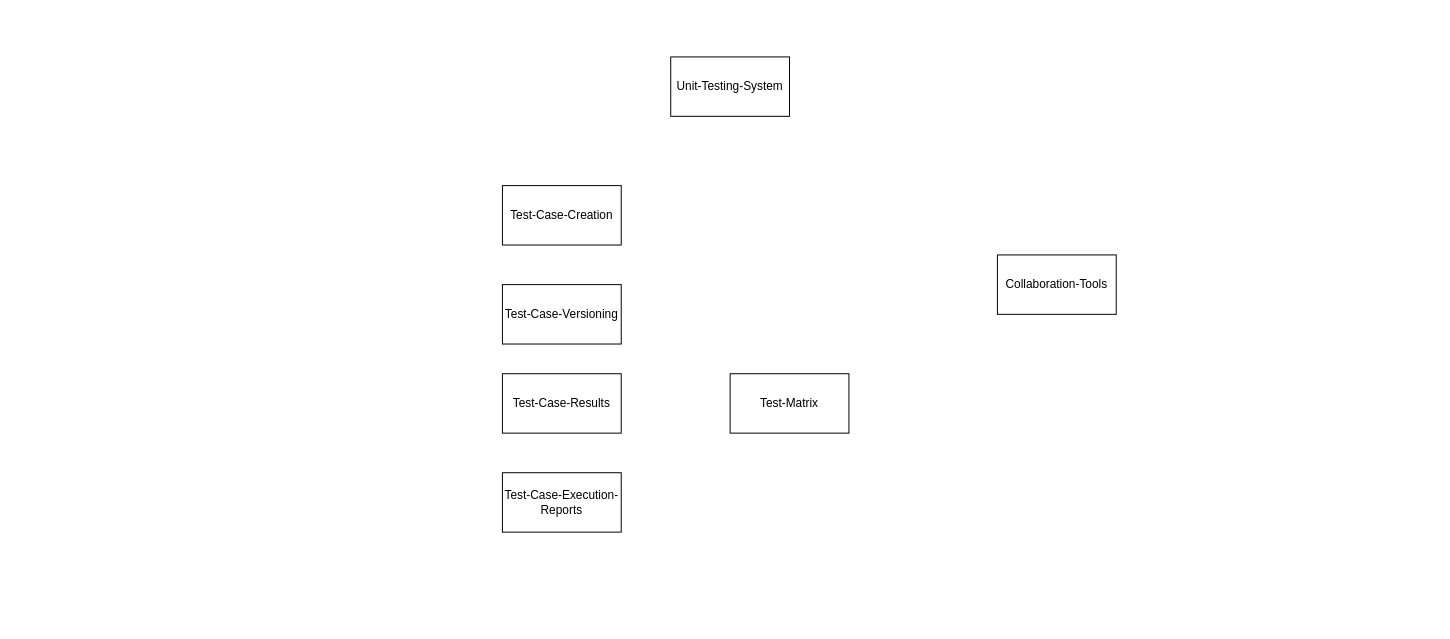
Earlier version of the draw.io diagram documentation/designs/structure/top-down.drawio (katawart/unit-testing-system). Source tidied: cells renumbered, new cells numbered last; positions are measured from the earlier drawing's top-left corner, leaving out a move shared by most shapes. Both pictures are drawn from the tidied source at 99%, with x=0, y=0 at pixel (502, 56).
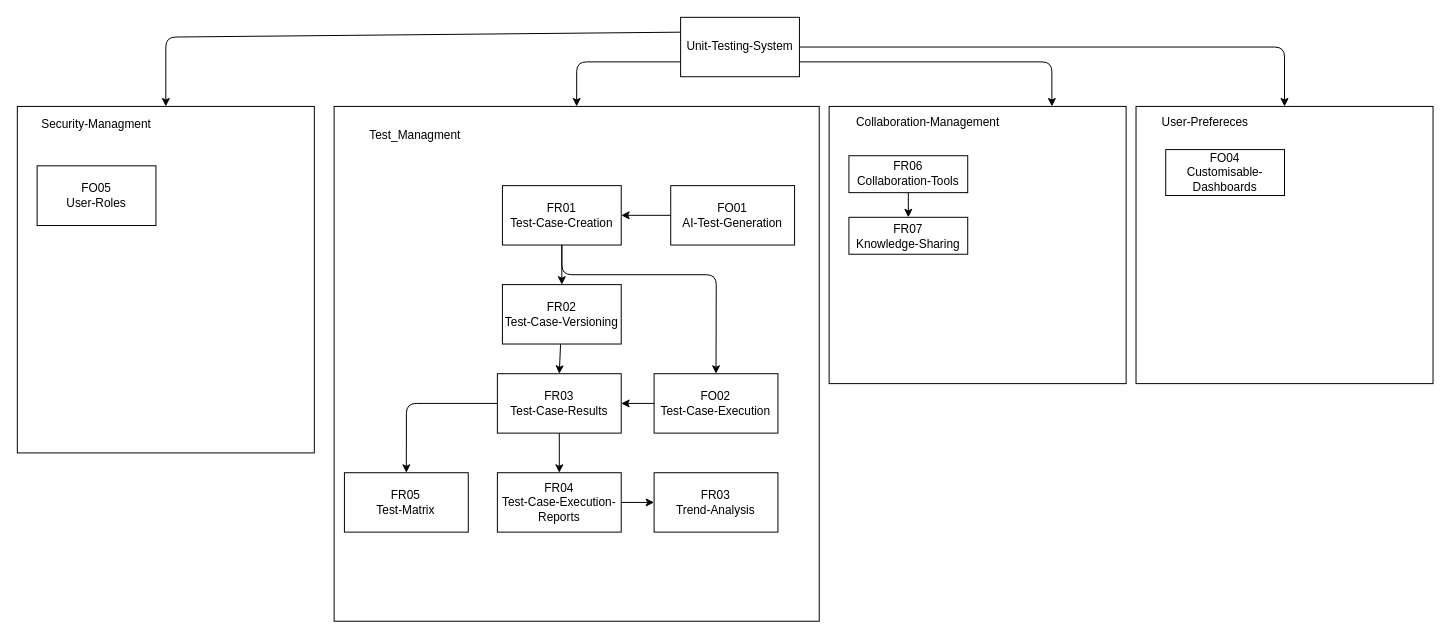
Above is the later version.

Commit message:
modified:   documentation/designs/structure/top-down.drawio

Change to the diagram source:
```diff
@@
+    <mxCell id="9" style="group;" parent="1" vertex="1">
+      <mxGeometry x="-490" y="50" width="300" height="350" as="geometry" />
+    </mxCell>
+    <mxCell id="10" style="rounded=0;whiteSpace=wrap;html=1;" parent="9" vertex="1">
+      <mxGeometry width="300" height="350" as="geometry" />
+    </mxCell>
+    <mxCell id="11" value="Security-Managment" style="text;html=1;strokeColor=none;fillColor=none;align=center;verticalAlign=middle;whiteSpace=wrap;rounded=0;" parent="9" vertex="1">
+      <mxGeometry x="20" y="10" width="120" height="15.3" as="geometry" />
+    </mxCell>
+    <mxCell id="12" value="FO05&lt;br&gt;User-Roles" style="rounded=0;whiteSpace=wrap;html=1;" parent="9" vertex="1">
+      <mxGeometry x="20" y="60" width="120" height="60.3" as="geometry" />
+    </mxCell>
+    <mxCell id="13" style="group;" parent="1" vertex="1">
+      <mxGeometry x="330" y="50" width="300" height="280" as="geometry" />
+    </mxCell>
+    <mxCell id="14" style="rounded=0;whiteSpace=wrap;html=1;" parent="13" vertex="1">
+      <mxGeometry width="300" height="280" as="geometry" />
+    </mxCell>
+    <mxCell id="15" value="Collaboration-Management" style="text;html=1;strokeColor=none;fillColor=none;align=center;verticalAlign=middle;whiteSpace=wrap;rounded=0;" parent="13" vertex="1">
+      <mxGeometry x="20" y="6.2" width="160" height="18.7" as="geometry" />
+    </mxCell>
+    <mxCell id="16" style="edgeStyle=none;html=1;exitX=0.5;exitY=1;exitDx=0;exitDy=0;entryX=0.5;entryY=0;entryDx=0;entryDy=0;" parent="13" edge="1" source="17" target="18">
+      <mxGeometry relative="1" as="geometry" />
+    </mxCell>
+    <mxCell id="17" value="FR06&lt;br&gt;Collaboration-Tools" style="rounded=0;whiteSpace=wrap;html=1;" parent="13" vertex="1">
+      <mxGeometry x="20" y="49.8" width="120" height="37.3" as="geometry" />
+    </mxCell>
+    <mxCell id="18" value="FR07&lt;br&gt;Knowledge-Sharing" style="rounded=0;whiteSpace=wrap;html=1;" parent="13" vertex="1">
+      <mxGeometry x="20" y="112" width="120" height="37.3" as="geometry" />
+    </mxCell>
+    <mxCell id="19" style="group;" parent="1" vertex="1">
+      <mxGeometry x="-170" y="50" width="490" height="520" as="geometry" />
+    </mxCell>
+    <mxCell id="20" style="rounded=0;whiteSpace=wrap;html=1;" parent="19" vertex="1">
+      <mxGeometry width="490" height="520" as="geometry" />
+    </mxCell>
+    <mxCell id="21" value="Test_Managment" style="text;html=1;strokeColor=none;fillColor=none;align=center;verticalAlign=middle;whiteSpace=wrap;rounded=0;" parent="19" vertex="1">
+      <mxGeometry x="32.7" y="11.6" width="98" height="34.7" as="geometry" />
+    </mxCell>
+    <mxCell id="22" value="FO01&lt;br&gt;AI-Test-Generation" style="rounded=0;whiteSpace=wrap;html=1;" parent="19" vertex="1">
+      <mxGeometry x="340" y="80" width="125.1" height="60" as="geometry" />
+    </mxCell>
+    <mxCell id="23" style="edgeStyle=none;html=1;" parent="19" edge="1" source="24" target="4">
+      <mxGeometry relative="1" as="geometry" />
+    </mxCell>
+    <mxCell id="24" value="FO02&lt;br&gt;Test-Case-Execution" style="rounded=0;whiteSpace=wrap;html=1;" parent="19" vertex="1">
+      <mxGeometry x="323.2" y="270" width="125.1" height="60" as="geometry" />
+    </mxCell>
+    <mxCell id="5" value="FR04&lt;br&gt;Test-Case-Execution-Reports" style="rounded=0;whiteSpace=wrap;html=1;" parent="19" vertex="1">
+      <mxGeometry x="164.9" y="370" width="125.1" height="60" as="geometry" />
+    </mxCell>
+    <mxCell id="25" value="FR03&lt;br&gt;Trend-Analysis" style="rounded=0;whiteSpace=wrap;html=1;" parent="19" vertex="1">
+      <mxGeometry x="323.2" y="370" width="125.1" height="60" as="geometry" />
+    </mxCell>
+    <mxCell id="26" style="endArrow=classic;html=1;exitX=1;exitY=0.5;exitDx=0;exitDy=0;entryX=0;entryY=0.5;entryDx=0;entryDy=0;" parent="19" edge="1" source="5" target="25">
+      <mxGeometry relative="1" as="geometry" />
+    </mxCell>
+    <mxCell id="6" value="FR05&lt;br&gt;Test-Matrix" style="rounded=0;whiteSpace=wrap;html=1;" parent="19" vertex="1">
+      <mxGeometry x="10.4" y="370" width="125.1" height="60" as="geometry" />
+    </mxCell>
+    <mxCell id="27" style="edgeStyle=none;html=1;entryX=0.5;entryY=0;entryDx=0;entryDy=0;" parent="19" edge="1" source="4" target="6">
+      <mxGeometry relative="1" as="geometry">
+        <Array as="points">
+          <mxPoint x="73" y="300" />
+        </Array>
+      </mxGeometry>
+    </mxCell>
+    <mxCell id="28" style="edgeStyle=none;html=1;" parent="19" edge="1" source="4" target="5">
+      <mxGeometry relative="1" as="geometry" />
+    </mxCell>
+    <mxCell id="4" value="FR03&lt;br&gt;Test-Case-Results" style="rounded=0;whiteSpace=wrap;html=1;" parent="19" vertex="1">
+      <mxGeometry x="164.9" y="270" width="125.1" height="60" as="geometry" />
+    </mxCell>
+    <mxCell id="29" style="edgeStyle=none;html=1;" parent="1" edge="1" source="2" target="3">
+      <mxGeometry relative="1" as="geometry" />
+    </mxCell>
+    <mxCell id="30" style="edgeStyle=none;html=1;exitX=0.5;exitY=1;exitDx=0;exitDy=0;entryX=0.5;entryY=0;entryDx=0;entryDy=0;" parent="1" edge="1" source="2" target="24">
+      <mxGeometry relative="1" as="geometry">
+        <Array as="points">
+          <mxPoint x="60" y="220" />
+          <mxPoint x="216" y="220" />
+        </Array>
+      </mxGeometry>
+    </mxCell>
-    <mxCell id="2" value="Test-Case-Creation" style="rounded=0;whiteSpace=wrap;html=1;" parent="1" vertex="1">
+    <mxCell id="2" value="FR01&lt;br&gt;Test-Case-Creation" style="rounded=0;whiteSpace=wrap;html=1;" parent="1" vertex="1">
       <mxGeometry y="130" width="120" height="60" as="geometry" />
     </mxCell>
+    <mxCell id="31" style="edgeStyle=none;html=1;entryX=0.5;entryY=0;entryDx=0;entryDy=0;" parent="1" edge="1" source="3" target="4">
+      <mxGeometry relative="1" as="geometry" />
+    </mxCell>
-    <mxCell id="3" value="Test-Case-Versioning" style="rounded=0;whiteSpace=wrap;html=1;" parent="1" vertex="1">
+    <mxCell id="3" value="FR02&lt;br&gt;Test-Case-Versioning" style="rounded=0;whiteSpace=wrap;html=1;" parent="1" vertex="1">
       <mxGeometry y="230" width="120" height="60" as="geometry" />
     </mxCell>
-    <mxCell id="4" value="Test-Case-Results" style="rounded=0;whiteSpace=wrap;html=1;" parent="1" vertex="1">
-      <mxGeometry y="320" width="120" height="60" as="geometry" />
-    </mxCell>
-    <mxCell id="5" value="Test-Case-Execution-Reports" style="rounded=0;whiteSpace=wrap;html=1;" parent="1" vertex="1">
-      <mxGeometry y="420" width="120" height="60" as="geometry" />
-    </mxCell>
-    <mxCell id="6" value="Test-Matrix" style="rounded=0;whiteSpace=wrap;html=1;" parent="1" vertex="1">
-      <mxGeometry x="230" y="320" width="120" height="60" as="geometry" />
-    </mxCell>
-    <mxCell id="7" value="Collaboration-Tools" style="rounded=0;whiteSpace=wrap;html=1;" parent="1" vertex="1">
-      <mxGeometry x="500" y="200" width="120" height="60" as="geometry" />
-    </mxCell>
+    <mxCell id="32" style="edgeStyle=none;html=1;entryX=0.5;entryY=0;entryDx=0;entryDy=0;exitX=0;exitY=0.75;exitDx=0;exitDy=0;" parent="1" edge="1" source="8" target="20">
+      <mxGeometry relative="1" as="geometry">
+        <Array as="points">
+          <mxPoint x="75" y="5" />
+        </Array>
+      </mxGeometry>
+    </mxCell>
+    <mxCell id="33" style="edgeStyle=none;html=1;exitX=1;exitY=0.75;exitDx=0;exitDy=0;entryX=0.75;entryY=0;entryDx=0;entryDy=0;" parent="1" edge="1" source="8" target="14">
+      <mxGeometry relative="1" as="geometry">
+        <Array as="points">
+          <mxPoint x="555" y="5" />
+        </Array>
+      </mxGeometry>
+    </mxCell>
+    <mxCell id="34" style="edgeStyle=none;html=1;exitX=1;exitY=0.5;exitDx=0;exitDy=0;entryX=0.5;entryY=0;entryDx=0;entryDy=0;" parent="1" edge="1" source="8" target="37">
+      <mxGeometry relative="1" as="geometry">
+        <Array as="points">
+          <mxPoint x="790" y="-10" />
+        </Array>
+      </mxGeometry>
+    </mxCell>
+    <mxCell id="35" style="edgeStyle=none;html=1;exitX=0;exitY=0.25;exitDx=0;exitDy=0;entryX=0.5;entryY=0;entryDx=0;entryDy=0;" parent="1" edge="1" source="8" target="10">
+      <mxGeometry relative="1" as="geometry">
+        <Array as="points">
+          <mxPoint x="-340" y="-20" />
+        </Array>
+      </mxGeometry>
+    </mxCell>
     <mxCell id="8" value="Unit-Testing-System" style="rounded=0;whiteSpace=wrap;html=1;" parent="1" vertex="1">
-      <mxGeometry x="170" width="120" height="60" as="geometry" />
+      <mxGeometry x="180" y="-40" width="120" height="60" as="geometry" />
     </mxCell>
+    <mxCell id="36" style="group;" parent="1" vertex="1">
+      <mxGeometry x="640" y="50" width="300" height="280" as="geometry" />
+    </mxCell>
+    <mxCell id="37" style="rounded=0;whiteSpace=wrap;html=1;" parent="36" vertex="1">
+      <mxGeometry width="300" height="280" as="geometry" />
+    </mxCell>
+    <mxCell id="38" value="User-Prefereces" style="text;html=1;strokeColor=none;fillColor=none;align=center;verticalAlign=middle;whiteSpace=wrap;rounded=0;" parent="36" vertex="1">
+      <mxGeometry x="20" y="6.2" width="100" height="18.7" as="geometry" />
+    </mxCell>
+    <mxCell id="39" value="FO04&lt;br&gt;Customisable-Dashboards" style="rounded=0;whiteSpace=wrap;html=1;" parent="36" vertex="1">
+      <mxGeometry x="30" y="43.6" width="120" height="46.4" as="geometry" />
+    </mxCell>
+    <mxCell id="40" style="edgeStyle=none;html=1;" parent="1" edge="1" source="22" target="2">
+      <mxGeometry relative="1" as="geometry" />
+    </mxCell>
```
